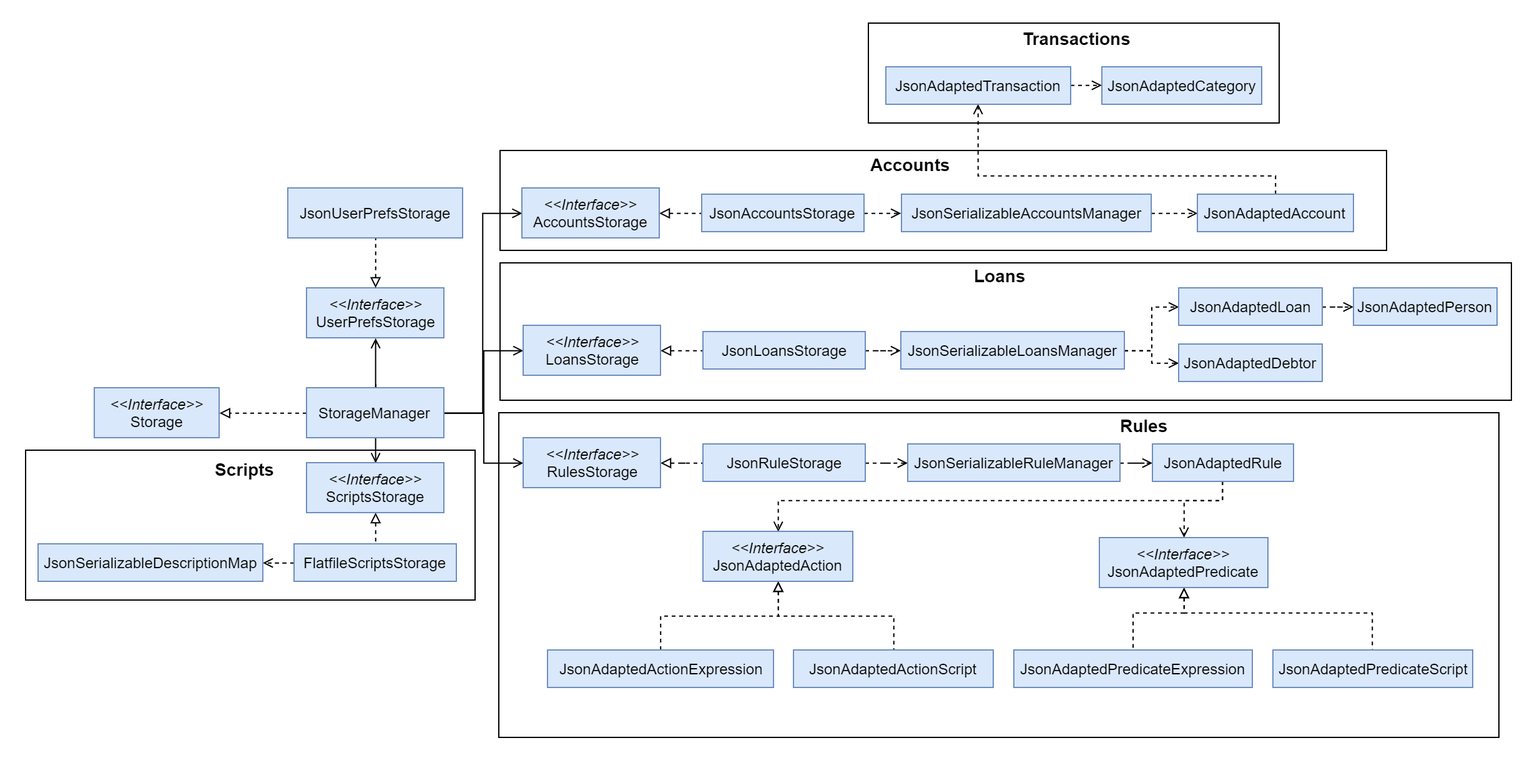
Above: docs/images/StorageClassDiagram.png in nus-cs2103-AY1920S1/addressbook-level3 (draw.io), before the change. Source tidied: cells renumbered, new cells last; positions are measured from the earlier drawing's top-left corner, leaving out a move shared by most shapes.
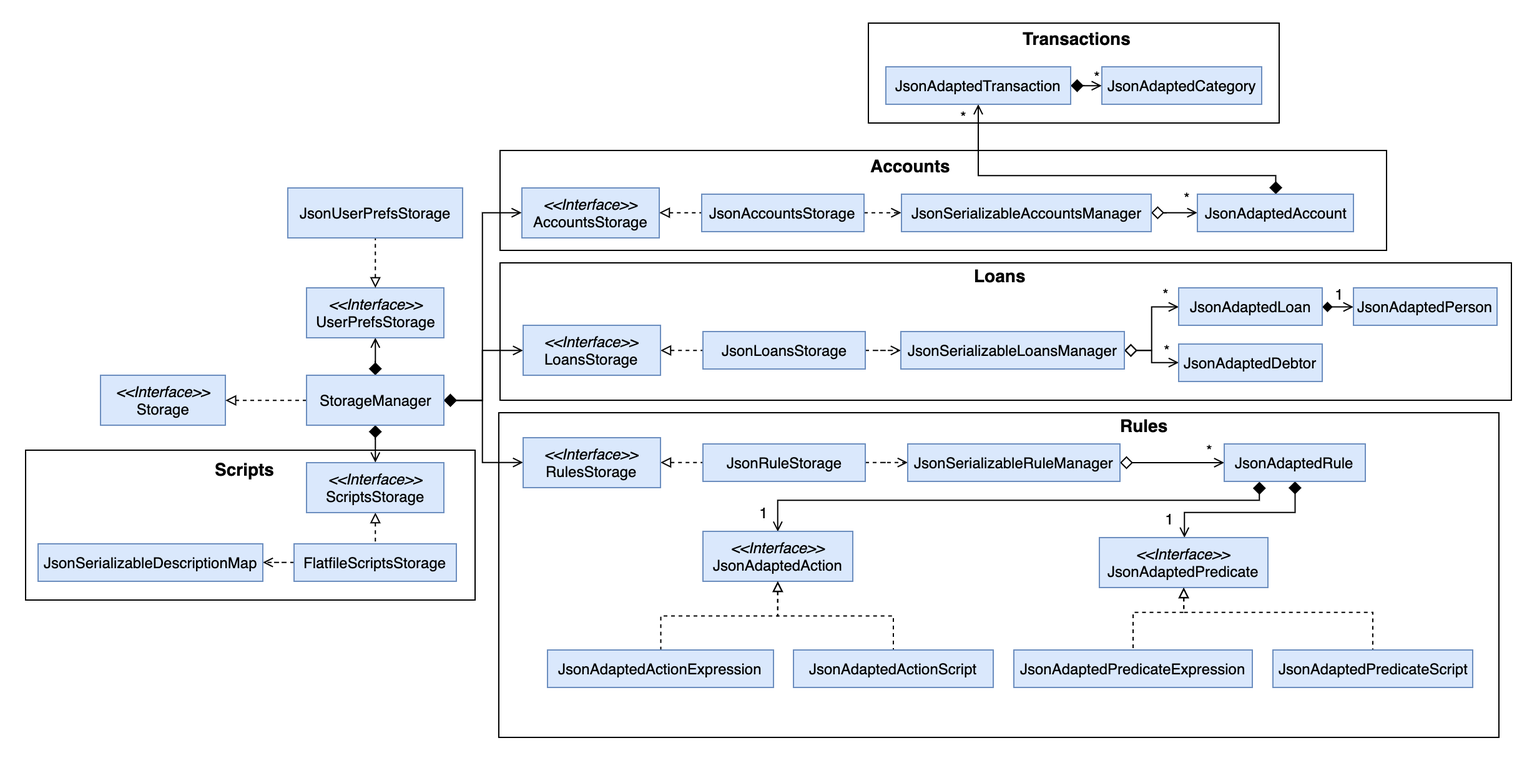
The same diagram one commit later.

Diff of the diagram source:
```diff
@@ -2,47 +2,62 @@
   <root>
     <mxCell id="0" />
     <mxCell id="1" parent="0" />
-    <mxCell id="2" style="rounded=0;whiteSpace=wrap;html=1;strokeColor=none;" parent="1" vertex="1">
-      <mxGeometry width="1230" height="610" as="geometry" />
-    </mxCell>
-    <mxCell id="3" style="rounded=0;whiteSpace=wrap;html=1;" parent="1" vertex="1">
-      <mxGeometry x="695" y="18" width="329" height="80" as="geometry" />
-    </mxCell>
-    <mxCell id="4" style="rounded=0;whiteSpace=wrap;html=1;" parent="1" vertex="1">
-      <mxGeometry x="20" y="360" width="360" height="120" as="geometry" />
-    </mxCell>
-    <mxCell id="5" style="rounded=0;whiteSpace=wrap;html=1;" parent="1" vertex="1">
-      <mxGeometry x="399" y="330" width="801" height="260" as="geometry" />
-    </mxCell>
-    <mxCell id="6" style="rounded=0;whiteSpace=wrap;html=1;" parent="1" vertex="1">
-      <mxGeometry x="400" y="210" width="810" height="110" as="geometry" />
-    </mxCell>
-    <mxCell id="7" style="rounded=0;whiteSpace=wrap;html=1;" parent="1" vertex="1">
-      <mxGeometry x="400" y="120" width="710" height="80" as="geometry" />
-    </mxCell>
+    <mxCell id="71" style="rounded=0;whiteSpace=wrap;html=1;strokeColor=none;" parent="1" vertex="1">
+      <mxGeometry width="1230" height="610" as="geometry" />
+    </mxCell>
+    <mxCell id="72" style="rounded=0;whiteSpace=wrap;html=1;" parent="1" vertex="1">
+      <mxGeometry x="695" y="18" width="329" height="80" as="geometry" />
+    </mxCell>
+    <mxCell id="73" style="rounded=0;whiteSpace=wrap;html=1;" parent="1" vertex="1">
+      <mxGeometry x="20" y="360" width="360" height="120" as="geometry" />
+    </mxCell>
+    <mxCell id="74" style="rounded=0;whiteSpace=wrap;html=1;" parent="1" vertex="1">
+      <mxGeometry x="399" y="330" width="801" height="260" as="geometry" />
+    </mxCell>
+    <mxCell id="75" style="rounded=0;whiteSpace=wrap;html=1;" parent="1" vertex="1">
+      <mxGeometry x="400" y="210" width="810" height="110" as="geometry" />
+    </mxCell>
+    <mxCell id="76" style="rounded=0;whiteSpace=wrap;html=1;" parent="1" vertex="1">
+      <mxGeometry x="400" y="120" width="710" height="80" as="geometry" />
+    </mxCell>
     <mxCell id="8" value="&lt;i&gt;&amp;lt;&amp;lt;Interface&amp;gt;&amp;gt;&lt;/i&gt;&lt;br&gt;Storage" style="html=1;fillColor=#dae8fc;strokeColor=#6c8ebf;" parent="1" vertex="1">
-      <mxGeometry x="75" y="310" width="100" height="40" as="geometry" />
+      <mxGeometry x="80" y="300" width="100" height="40" as="geometry" />
     </mxCell>
     <mxCell id="9" style="edgeStyle=orthogonalEdgeStyle;rounded=0;jettySize=auto;html=1;entryX=1;entryY=0.5;entryDx=0;entryDy=0;dashed=1;endArrow=block;endFill=0;" parent="1" edge="1" source="15" target="8">
       <mxGeometry relative="1" as="geometry" />
     </mxCell>
-    <mxCell id="10" style="edgeStyle=orthogonalEdgeStyle;rounded=0;jettySize=auto;html=1;entryX=0.5;entryY=1;entryDx=0;entryDy=0;endArrow=open;endFill=0;" parent="1" edge="1" source="15" target="17">
+    <mxCell id="10" style="edgeStyle=orthogonalEdgeStyle;rounded=0;jettySize=auto;html=1;entryX=0.5;entryY=1;entryDx=0;entryDy=0;endArrow=open;endFill=0;startArrow=diamond;startFill=1;startSize=8;" parent="1" edge="1" source="15" target="17">
       <mxGeometry relative="1" as="geometry" />
     </mxCell>
-    <mxCell id="11" style="edgeStyle=orthogonalEdgeStyle;rounded=0;jettySize=auto;html=1;entryX=0;entryY=0.5;entryDx=0;entryDy=0;endArrow=open;endFill=0;" parent="1" edge="1" source="15" target="20">
-      <mxGeometry relative="1" as="geometry" />
+    <mxCell id="11" style="edgeStyle=orthogonalEdgeStyle;rounded=0;jettySize=auto;html=1;entryX=0;entryY=0.5;entryDx=0;entryDy=0;endArrow=open;endFill=0;startSize=8;startArrow=diamond;startFill=1;" parent="1" edge="1" source="15" target="20">
+      <mxGeometry relative="1" as="geometry">
+        <Array as="points">
+          <mxPoint x="386" y="320" />
+          <mxPoint x="386" y="170" />
+        </Array>
+      </mxGeometry>
     </mxCell>
-    <mxCell id="12" style="edgeStyle=orthogonalEdgeStyle;rounded=0;jettySize=auto;html=1;entryX=0;entryY=0.5;entryDx=0;entryDy=0;endArrow=open;endFill=0;" parent="1" edge="1" source="15" target="24">
-      <mxGeometry relative="1" as="geometry" />
+    <mxCell id="12" style="edgeStyle=orthogonalEdgeStyle;rounded=0;jettySize=auto;html=1;entryX=0;entryY=0.5;entryDx=0;entryDy=0;endArrow=open;endFill=0;exitX=1;exitY=0.5;exitDx=0;exitDy=0;startSize=8;startArrow=diamond;startFill=1;" parent="1" edge="1" source="15" target="24">
+      <mxGeometry relative="1" as="geometry">
+        <Array as="points">
+          <mxPoint x="386" y="320" />
+          <mxPoint x="386" y="370" />
+        </Array>
+      </mxGeometry>
     </mxCell>
-    <mxCell id="13" style="edgeStyle=orthogonalEdgeStyle;rounded=0;jettySize=auto;html=1;entryX=0;entryY=0.5;entryDx=0;entryDy=0;endArrow=open;endFill=0;" parent="1" edge="1" source="15" target="22">
-      <mxGeometry relative="1" as="geometry" />
+    <mxCell id="13" style="edgeStyle=orthogonalEdgeStyle;rounded=0;jettySize=auto;html=1;entryX=0;entryY=0.5;entryDx=0;entryDy=0;endArrow=open;endFill=0;exitX=1;exitY=0.5;exitDx=0;exitDy=0;startSize=8;startArrow=diamond;startFill=1;" parent="1" edge="1" source="15" target="22">
+      <mxGeometry relative="1" as="geometry">
+        <Array as="points">
+          <mxPoint x="386" y="320" />
+          <mxPoint x="386" y="280" />
+        </Array>
+      </mxGeometry>
     </mxCell>
-    <mxCell id="14" style="edgeStyle=orthogonalEdgeStyle;rounded=0;jettySize=auto;html=1;entryX=0.5;entryY=0;entryDx=0;entryDy=0;endArrow=open;endFill=0;" parent="1" edge="1" source="15" target="26">
+    <mxCell id="14" style="edgeStyle=orthogonalEdgeStyle;rounded=0;jettySize=auto;html=1;entryX=0.5;entryY=0;entryDx=0;entryDy=0;endArrow=open;endFill=0;startArrow=diamond;startFill=1;startSize=8;" parent="1" edge="1" source="15" target="26">
       <mxGeometry relative="1" as="geometry" />
     </mxCell>
     <mxCell id="15" value="StorageManager" style="html=1;fillColor=#dae8fc;strokeColor=#6c8ebf;" parent="1" vertex="1">
-      <mxGeometry x="245" y="310" width="110" height="40" as="geometry" />
+      <mxGeometry x="245" y="300" width="110" height="40" as="geometry" />
     </mxCell>
     <mxCell id="16" style="edgeStyle=orthogonalEdgeStyle;rounded=0;jettySize=auto;html=1;entryX=0.5;entryY=1;entryDx=0;entryDy=0;dashed=1;endArrow=none;endFill=0;startArrow=block;startFill=0;" parent="1" edge="1" source="17" target="18">
       <mxGeometry relative="1" as="geometry" />
@@ -83,10 +98,10 @@
     <mxCell id="28" value="JsonLoansStorage" style="html=1;fillColor=#dae8fc;strokeColor=#6c8ebf;" parent="1" vertex="1">
       <mxGeometry x="562.5" y="265" width="130" height="30" as="geometry" />
     </mxCell>
-    <mxCell id="29" style="edgeStyle=orthogonalEdgeStyle;rounded=0;jettySize=auto;html=1;entryX=0;entryY=0.5;entryDx=0;entryDy=0;dashed=1;endArrow=open;endFill=0;" parent="1" edge="1" source="31" target="40">
+    <mxCell id="29" style="edgeStyle=orthogonalEdgeStyle;rounded=0;jettySize=auto;html=1;entryX=0;entryY=0.5;entryDx=0;entryDy=0;endArrow=open;endFill=0;startArrow=diamond;startFill=0;startSize=8;" parent="1" edge="1" source="31" target="40">
       <mxGeometry relative="1" as="geometry" />
     </mxCell>
-    <mxCell id="30" style="edgeStyle=orthogonalEdgeStyle;rounded=0;jettySize=auto;html=1;entryX=0;entryY=0.5;entryDx=0;entryDy=0;dashed=1;endArrow=open;endFill=0;" parent="1" edge="1" source="31" target="42">
+    <mxCell id="30" style="edgeStyle=orthogonalEdgeStyle;rounded=0;jettySize=auto;html=1;entryX=0;entryY=0.5;entryDx=0;entryDy=0;endArrow=open;endFill=0;startArrow=diamond;startFill=0;startSize=8;" parent="1" edge="1" source="31" target="42">
       <mxGeometry relative="1" as="geometry" />
     </mxCell>
     <mxCell id="31" value="JsonSerializableLoansManager" style="html=1;fillColor=#dae8fc;strokeColor=#6c8ebf;" parent="1" vertex="1">
@@ -104,7 +119,7 @@
     <mxCell id="35" value="FlatfileScriptsStorage" style="html=1;fillColor=#dae8fc;strokeColor=#6c8ebf;" parent="1" vertex="1">
       <mxGeometry x="235" y="435" width="130" height="30" as="geometry" />
     </mxCell>
-    <mxCell id="36" style="edgeStyle=orthogonalEdgeStyle;rounded=0;jettySize=auto;html=1;dashed=1;endArrow=open;endFill=0;" parent="1" edge="1" source="37" target="45">
+    <mxCell id="36" style="edgeStyle=orthogonalEdgeStyle;rounded=0;jettySize=auto;html=1;endArrow=open;endFill=0;startArrow=diamond;startFill=0;startSize=8;" parent="1" edge="1" source="37" target="45">
       <mxGeometry relative="1" as="geometry" />
     </mxCell>
     <mxCell id="37" value="JsonSerializableRuleManager" style="html=1;fillColor=#dae8fc;strokeColor=#6c8ebf;" parent="1" vertex="1">
@@ -113,7 +128,7 @@
     <mxCell id="38" value="JsonSerializableDescriptionMap" style="html=1;fillColor=#dae8fc;strokeColor=#6c8ebf;" parent="1" vertex="1">
       <mxGeometry x="30" y="435" width="180" height="30" as="geometry" />
     </mxCell>
-    <mxCell id="39" style="edgeStyle=orthogonalEdgeStyle;rounded=0;jettySize=auto;html=1;dashed=1;endArrow=open;endFill=0;" parent="1" edge="1" source="40" target="41">
+    <mxCell id="39" style="edgeStyle=orthogonalEdgeStyle;rounded=0;jettySize=auto;html=1;endArrow=open;endFill=0;startArrow=diamond;startFill=1;" parent="1" edge="1" source="40" target="41">
       <mxGeometry relative="1" as="geometry" />
     </mxCell>
     <mxCell id="40" value="JsonAdaptedLoan" style="html=1;fillColor=#dae8fc;strokeColor=#6c8ebf;" parent="1" vertex="1">
@@ -125,24 +140,24 @@
     <mxCell id="42" value="JsonAdaptedDebtor" style="html=1;fillColor=#dae8fc;strokeColor=#6c8ebf;" parent="1" vertex="1">
       <mxGeometry x="943.5" y="275" width="115" height="30" as="geometry" />
     </mxCell>
-    <mxCell id="43" style="edgeStyle=orthogonalEdgeStyle;rounded=0;jettySize=auto;html=1;entryX=0.5;entryY=0;entryDx=0;entryDy=0;endArrow=open;endFill=0;strokeColor=#000000;dashed=1;" parent="1" edge="1" source="45" target="51">
+    <mxCell id="43" style="edgeStyle=orthogonalEdgeStyle;rounded=0;jettySize=auto;html=1;entryX=0.5;entryY=0;entryDx=0;entryDy=0;endArrow=open;endFill=0;strokeColor=#000000;startArrow=diamond;startFill=1;exitX=0.25;exitY=1;exitDx=0;exitDy=0;startSize=8;" parent="1" edge="1" source="45" target="51">
       <mxGeometry relative="1" as="geometry">
         <Array as="points">
-          <mxPoint x="979" y="400" />
+          <mxPoint x="1008" y="400" />
           <mxPoint x="622" y="400" />
         </Array>
       </mxGeometry>
     </mxCell>
-    <mxCell id="44" style="edgeStyle=orthogonalEdgeStyle;rounded=0;jettySize=auto;html=1;endArrow=open;endFill=0;strokeColor=#000000;dashed=1;" parent="1" edge="1" source="45" target="48">
+    <mxCell id="44" style="edgeStyle=orthogonalEdgeStyle;rounded=0;jettySize=auto;html=1;endArrow=open;endFill=0;strokeColor=#000000;startArrow=diamond;startFill=1;startSize=8;" parent="1" edge="1" source="45" target="48">
       <mxGeometry relative="1" as="geometry">
         <Array as="points">
-          <mxPoint x="979" y="400" />
-          <mxPoint x="948" y="400" />
+          <mxPoint x="1037" y="410" />
+          <mxPoint x="948" y="410" />
         </Array>
       </mxGeometry>
     </mxCell>
     <mxCell id="45" value="JsonAdaptedRule" style="html=1;fillColor=#dae8fc;strokeColor=#6c8ebf;" parent="1" vertex="1">
-      <mxGeometry x="922.5" y="355" width="113" height="30" as="geometry" />
+      <mxGeometry x="980" y="355" width="113" height="30" as="geometry" />
     </mxCell>
     <mxCell id="46" style="edgeStyle=orthogonalEdgeStyle;rounded=0;jettySize=auto;html=1;entryX=0.5;entryY=0;entryDx=0;entryDy=0;dashed=1;endArrow=none;endFill=0;strokeColor=#000000;startArrow=block;startFill=0;" parent="1" edge="1" source="48" target="61">
       <mxGeometry relative="1" as="geometry">
@@ -178,13 +193,13 @@
     <mxCell id="53" value="JsonAccountsStorage" style="html=1;fillColor=#dae8fc;strokeColor=#6c8ebf;" parent="1" vertex="1">
       <mxGeometry x="561.5" y="155" width="130" height="30" as="geometry" />
     </mxCell>
-    <mxCell id="54" style="edgeStyle=orthogonalEdgeStyle;rounded=0;jettySize=auto;html=1;entryX=0;entryY=0.5;entryDx=0;entryDy=0;dashed=1;endArrow=open;endFill=0;" parent="1" edge="1" source="55" target="57">
+    <mxCell id="54" style="edgeStyle=orthogonalEdgeStyle;rounded=0;jettySize=auto;html=1;entryX=0;entryY=0.5;entryDx=0;entryDy=0;endArrow=open;endFill=0;startArrow=diamond;startFill=0;startSize=8;" parent="1" edge="1" source="55" target="57">
       <mxGeometry relative="1" as="geometry" />
     </mxCell>
     <mxCell id="55" value="JsonSerializableAccountsManager" style="html=1;fillColor=#dae8fc;strokeColor=#6c8ebf;" parent="1" vertex="1">
       <mxGeometry x="721.5" y="155" width="200" height="30" as="geometry" />
     </mxCell>
-    <mxCell id="56" style="edgeStyle=orthogonalEdgeStyle;rounded=0;jettySize=auto;html=1;entryX=0.5;entryY=1;entryDx=0;entryDy=0;endArrow=open;endFill=0;strokeColor=#000000;dashed=1;" parent="1" edge="1" source="57" target="59">
+    <mxCell id="56" style="edgeStyle=orthogonalEdgeStyle;rounded=0;jettySize=auto;html=1;entryX=0.5;entryY=1;entryDx=0;entryDy=0;endArrow=open;endFill=0;strokeColor=#000000;startArrow=diamond;startFill=1;startSize=8;" parent="1" edge="1" source="57" target="59">
       <mxGeometry relative="1" as="geometry">
         <Array as="points">
           <mxPoint x="1021" y="140" />
@@ -195,7 +210,7 @@
     <mxCell id="57" value="JsonAdaptedAccount" style="html=1;fillColor=#dae8fc;strokeColor=#6c8ebf;" parent="1" vertex="1">
       <mxGeometry x="958.5" y="155" width="125" height="30" as="geometry" />
     </mxCell>
-    <mxCell id="58" style="edgeStyle=orthogonalEdgeStyle;rounded=0;jettySize=auto;html=1;entryX=0;entryY=0.5;entryDx=0;entryDy=0;dashed=1;endArrow=open;endFill=0;" parent="1" edge="1" source="59" target="60">
+    <mxCell id="58" style="edgeStyle=orthogonalEdgeStyle;rounded=0;jettySize=auto;html=1;entryX=0;entryY=0.5;entryDx=0;entryDy=0;endArrow=open;endFill=0;startArrow=diamond;startFill=1;startSize=8;" parent="1" edge="1" source="59" target="60">
       <mxGeometry relative="1" as="geometry" />
     </mxCell>
     <mxCell id="59" value="JsonAdaptedTransaction" style="html=1;fillColor=#dae8fc;strokeColor=#6c8ebf;" parent="1" vertex="1">
@@ -234,5 +249,32 @@
     <mxCell id="70" value="&lt;b style=&quot;font-size: 14px&quot;&gt;Scripts&lt;/b&gt;" style="text;html=1;align=left;verticalAlign=top;spacingTop=-4;" parent="1" vertex="1">
       <mxGeometry x="170" y="365" width="60" height="20" as="geometry" />
     </mxCell>
+    <mxCell id="77" value="1" style="text;html=1;strokeColor=none;fillColor=none;align=center;verticalAlign=middle;whiteSpace=wrap;rounded=0;labelBackgroundColor=none;" parent="1" vertex="1">
+      <mxGeometry x="600" y="400" width="23" height="20" as="geometry" />
+    </mxCell>
+    <mxCell id="78" value="1" style="text;html=1;strokeColor=none;fillColor=none;align=center;verticalAlign=middle;whiteSpace=wrap;rounded=0;labelBackgroundColor=none;" parent="1" vertex="1">
+      <mxGeometry x="924.5" y="405" width="23" height="20" as="geometry" />
+    </mxCell>
+    <mxCell id="79" value="*" style="text;html=1;strokeColor=none;fillColor=none;align=center;verticalAlign=middle;whiteSpace=wrap;rounded=0;labelBackgroundColor=none;" parent="1" vertex="1">
+      <mxGeometry x="957" y="350" width="23" height="20" as="geometry" />
+    </mxCell>
+    <mxCell id="80" value="*" style="text;html=1;strokeColor=none;fillColor=none;align=center;verticalAlign=middle;whiteSpace=wrap;rounded=0;labelBackgroundColor=none;" parent="1" vertex="1">
+      <mxGeometry x="921.5" y="225" width="23" height="20" as="geometry" />
+    </mxCell>
+    <mxCell id="81" value="*" style="text;html=1;strokeColor=none;fillColor=none;align=center;verticalAlign=middle;whiteSpace=wrap;rounded=0;labelBackgroundColor=none;" parent="1" vertex="1">
+      <mxGeometry x="923" y="270" width="23" height="20" as="geometry" />
+    </mxCell>
+    <mxCell id="82" value="1" style="text;html=1;strokeColor=none;fillColor=none;align=center;verticalAlign=middle;whiteSpace=wrap;rounded=0;labelBackgroundColor=none;" parent="1" vertex="1">
+      <mxGeometry x="1060.5" y="225" width="23" height="20" as="geometry" />
+    </mxCell>
+    <mxCell id="83" value="*" style="text;html=1;strokeColor=none;fillColor=none;align=center;verticalAlign=middle;whiteSpace=wrap;rounded=0;labelBackgroundColor=none;" parent="1" vertex="1">
+      <mxGeometry x="939" y="148" width="23" height="20" as="geometry" />
+    </mxCell>
+    <mxCell id="84" value="*" style="text;html=1;strokeColor=none;fillColor=none;align=center;verticalAlign=middle;whiteSpace=wrap;rounded=0;labelBackgroundColor=none;" parent="1" vertex="1">
+      <mxGeometry x="760" y="83" width="23" height="20" as="geometry" />
+    </mxCell>
+    <mxCell id="85" value="*" style="text;html=1;strokeColor=none;fillColor=none;align=center;verticalAlign=middle;whiteSpace=wrap;rounded=0;labelBackgroundColor=none;" parent="1" vertex="1">
+      <mxGeometry x="866.5" y="51" width="23" height="20" as="geometry" />
+    </mxCell>
   </root>
 </mxGraphModel>
```
